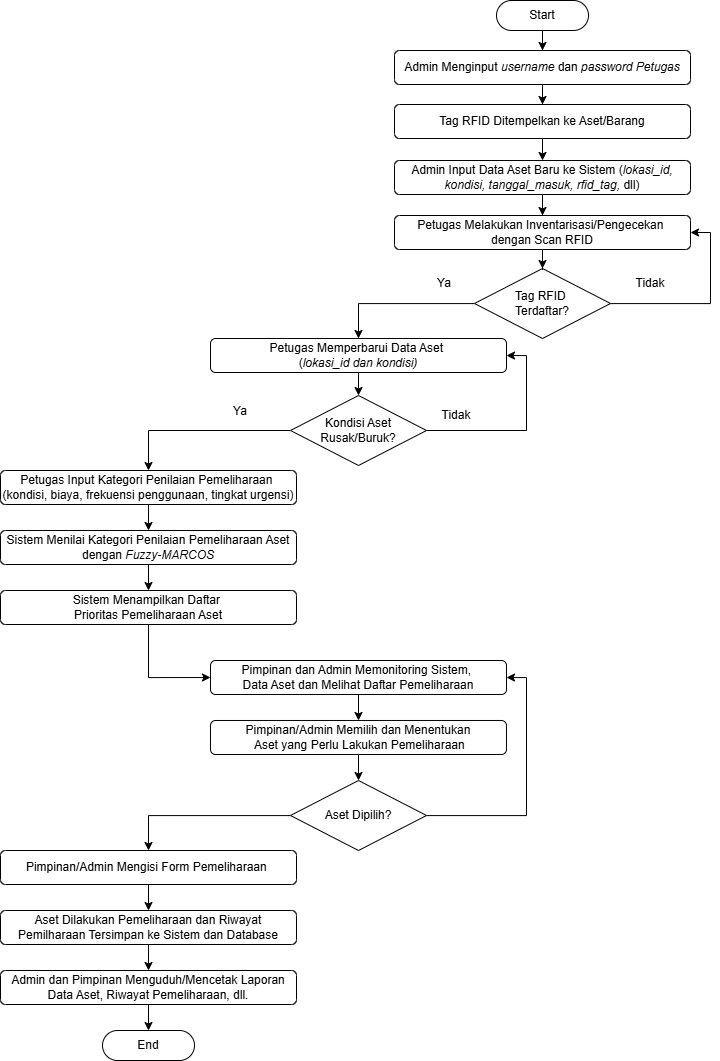
fatihfaritshi/Draft-Tugas-Akhir- keeps this draw.io diagram as Flowchart/Flowchart Sistem Diusulkan.drawio.png. Above is the earlier version. Source tidied: cells renumbered, new cells last; positions are measured from the earlier drawing's top-left corner, leaving out a move shared by most shapes.
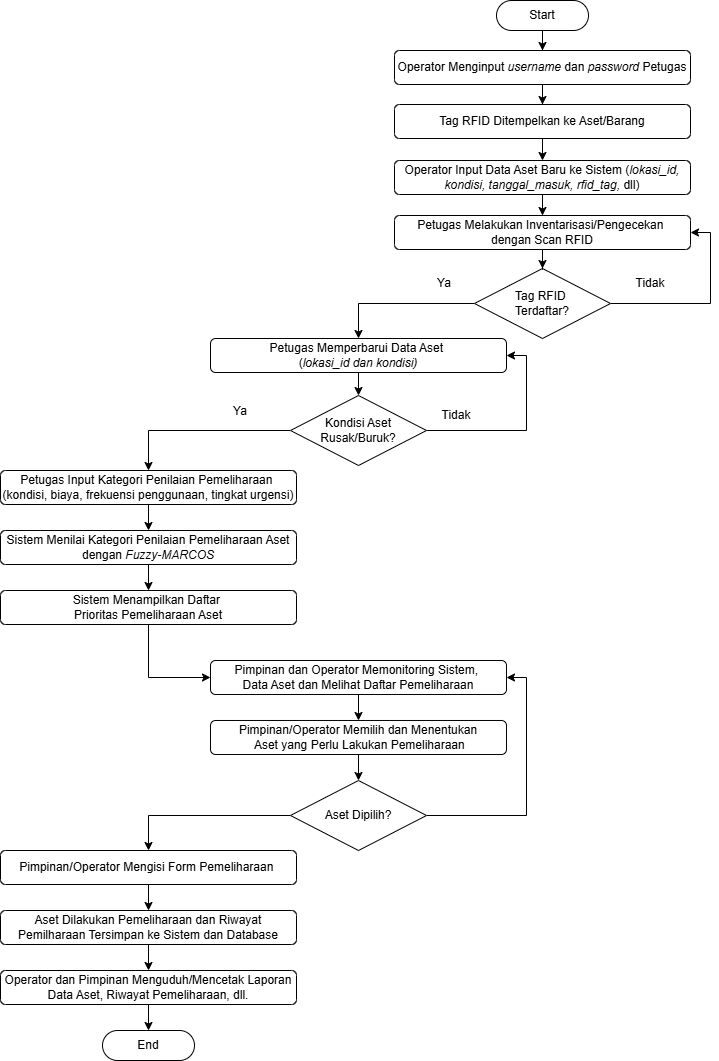
After the commit.

Diff of the diagram source:
```diff
@@ -11,7 +11,7 @@
     <mxCell id="4" style="edgeStyle=orthogonalEdgeStyle;rounded=0;jettySize=auto;html=1;entryX=0.5;entryY=0;entryDx=0;entryDy=0;" parent="1" edge="1" source="5" target="12">
       <mxGeometry relative="1" as="geometry" />
     </mxCell>
-    <mxCell id="5" value="Admin Menginput&lt;i&gt;&amp;nbsp;username&lt;/i&gt; dan &lt;i&gt;password Petugas&lt;/i&gt;" style="rounded=1;whiteSpace=wrap;html=1;" parent="1" vertex="1">
+    <mxCell id="5" value="Operator Menginput&lt;i&gt;&amp;nbsp;username&lt;/i&gt; dan &lt;i&gt;password &lt;/i&gt;Petugas" style="rounded=1;whiteSpace=wrap;html=1;" parent="1" vertex="1">
       <mxGeometry x="394" y="50" width="296" height="34" as="geometry" />
     </mxCell>
     <mxCell id="6" style="edgeStyle=orthogonalEdgeStyle;rounded=0;jettySize=auto;html=1;entryX=1;entryY=0.5;entryDx=0;entryDy=0;" parent="1" edge="1" source="8" target="16">
@@ -47,7 +47,7 @@
     <mxCell id="13" style="edgeStyle=orthogonalEdgeStyle;rounded=0;jettySize=auto;html=1;entryX=0.5;entryY=0;entryDx=0;entryDy=0;" parent="1" edge="1" source="14" target="16">
       <mxGeometry relative="1" as="geometry" />
     </mxCell>
-    <mxCell id="14" value="Admin Input Data Aset Baru ke Sistem (&lt;i&gt;lokasi_id, kondisi, tanggal_masuk, rfid_tag, &lt;/i&gt;dll)" style="rounded=1;whiteSpace=wrap;html=1;" parent="1" vertex="1">
+    <mxCell id="14" value="Operator Input Data Aset Baru ke Sistem (&lt;i&gt;lokasi_id, kondisi, tanggal_masuk, rfid_tag, &lt;/i&gt;dll)" style="rounded=1;whiteSpace=wrap;html=1;" parent="1" vertex="1">
       <mxGeometry x="394" y="160" width="296" height="34" as="geometry" />
     </mxCell>
     <mxCell id="15" style="edgeStyle=orthogonalEdgeStyle;rounded=0;jettySize=auto;html=1;entryX=0.5;entryY=0;entryDx=0;entryDy=0;" parent="1" edge="1" source="16" target="8">
@@ -107,13 +107,13 @@
     <mxCell id="30" style="edgeStyle=orthogonalEdgeStyle;rounded=0;jettySize=auto;html=1;entryX=0.5;entryY=0;entryDx=0;entryDy=0;" parent="1" edge="1" source="31" target="33">
       <mxGeometry relative="1" as="geometry" />
     </mxCell>
-    <mxCell id="31" value="Pimpinan dan Admin Memonitoring Sistem,&amp;nbsp;&lt;div&gt;Data Aset&amp;nbsp;&lt;span style=&quot;background-color: transparent; color: light-dark(rgb(0, 0, 0), rgb(255, 255, 255));&quot;&gt;dan Melihat Daftar Pemeliharaan&lt;/span&gt;&lt;/div&gt;" style="rounded=1;whiteSpace=wrap;html=1;" parent="1" vertex="1">
+    <mxCell id="31" value="Pimpinan dan Operator Memonitoring Sistem,&amp;nbsp;&lt;div&gt;Data Aset&amp;nbsp;&lt;span style=&quot;background-color: transparent; color: light-dark(rgb(0, 0, 0), rgb(255, 255, 255));&quot;&gt;dan Melihat Daftar Pemeliharaan&lt;/span&gt;&lt;/div&gt;" style="rounded=1;whiteSpace=wrap;html=1;" parent="1" vertex="1">
       <mxGeometry x="210" y="660" width="296" height="34" as="geometry" />
     </mxCell>
     <mxCell id="32" style="edgeStyle=orthogonalEdgeStyle;rounded=0;jettySize=auto;html=1;entryX=0.5;entryY=0;entryDx=0;entryDy=0;" parent="1" edge="1" source="33" target="36">
       <mxGeometry relative="1" as="geometry" />
     </mxCell>
-    <mxCell id="33" value="Pimpinan/Admin Memilih dan Menentukan&lt;div&gt;&amp;nbsp;Aset yang&amp;nbsp;&lt;span style=&quot;background-color: transparent; color: light-dark(rgb(0, 0, 0), rgb(255, 255, 255));&quot;&gt;Perlu Lakukan Pemeliharaan&lt;/span&gt;&lt;/div&gt;" style="rounded=1;whiteSpace=wrap;html=1;" parent="1" vertex="1">
+    <mxCell id="33" value="Pimpinan/Operator Memilih dan Menentukan&lt;div&gt;&amp;nbsp;Aset yang&amp;nbsp;&lt;span style=&quot;background-color: transparent; color: light-dark(rgb(0, 0, 0), rgb(255, 255, 255));&quot;&gt;Perlu Lakukan Pemeliharaan&lt;/span&gt;&lt;/div&gt;" style="rounded=1;whiteSpace=wrap;html=1;" parent="1" vertex="1">
       <mxGeometry x="210" y="720" width="296" height="34" as="geometry" />
     </mxCell>
     <mxCell id="34" style="edgeStyle=orthogonalEdgeStyle;rounded=0;jettySize=auto;html=1;entryX=1;entryY=0.5;entryDx=0;entryDy=0;" parent="1" edge="1" source="36" target="31">
@@ -143,7 +143,7 @@
     <mxCell id="39" style="edgeStyle=orthogonalEdgeStyle;rounded=0;jettySize=auto;html=1;entryX=0.5;entryY=0;entryDx=0;entryDy=0;" parent="1" edge="1" source="40" target="41">
       <mxGeometry relative="1" as="geometry" />
     </mxCell>
-    <mxCell id="40" value="Admin dan Pimpinan Menguduh/Mencetak Laporan Data Aset, Riwayat Pemeliharaan, dll." style="rounded=1;whiteSpace=wrap;html=1;" parent="1" vertex="1">
+    <mxCell id="40" value="Operator dan Pimpinan Menguduh/Mencetak Laporan Data Aset, Riwayat Pemeliharaan, dll." style="rounded=1;whiteSpace=wrap;html=1;" parent="1" vertex="1">
       <mxGeometry y="970" width="296" height="34" as="geometry" />
     </mxCell>
     <mxCell id="41" value="End" style="rounded=1;whiteSpace=wrap;html=1;glass=0;arcSize=50;" parent="1" vertex="1">
@@ -152,7 +152,7 @@
     <mxCell id="42" style="edgeStyle=orthogonalEdgeStyle;rounded=0;jettySize=auto;html=1;entryX=0.5;entryY=0;entryDx=0;entryDy=0;" parent="1" edge="1" source="43" target="38">
       <mxGeometry relative="1" as="geometry" />
     </mxCell>
-    <mxCell id="43" value="Pimpinan/Admin Mengisi Form Pemeliharaan&amp;nbsp;" style="rounded=1;whiteSpace=wrap;html=1;" parent="1" vertex="1">
+    <mxCell id="43" value="Pimpinan/Operator Mengisi Form Pemeliharaan&amp;nbsp;" style="rounded=1;whiteSpace=wrap;html=1;" parent="1" vertex="1">
       <mxGeometry y="850" width="296" height="34" as="geometry" />
     </mxCell>
   </root>
```
